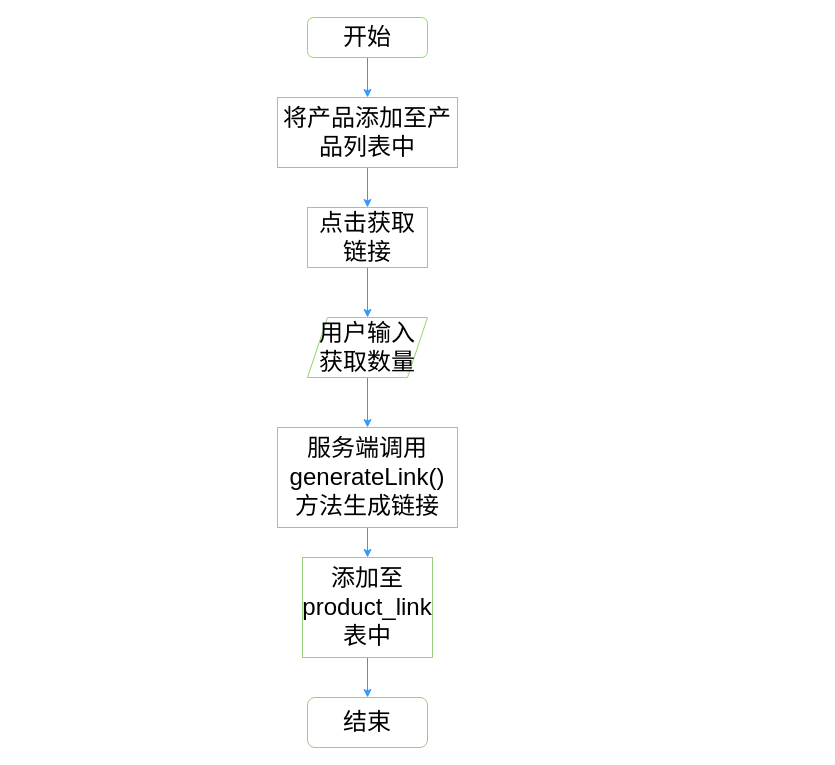
The draw.io diagram 5.6申请链接流程.drawio in chengyi3192/draw, before the edit. Source tidied: cells renumbered, new cells numbered last; positions are measured from the earlier drawing's top-left corner, leaving out a move shared by most shapes. Both pictures are drawn from the tidied source at 100%, with x=0, y=0 at pixel (277, 17).
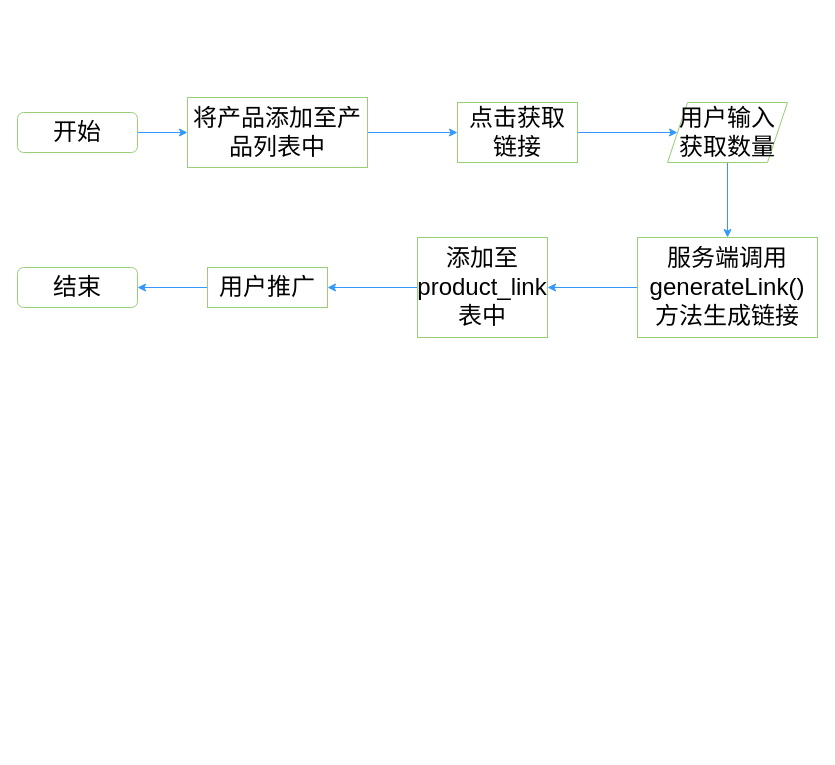
The same page after the edit.

Commit message (it also covers changes not shown here):
更新5.6申请链接流程.drawio

Change to the diagram source:
```diff
@@
 <mxGraphModel>
   <root>
     <mxCell id="0" />
     <mxCell id="1" parent="0" />
     <mxCell id="2" style="edgeStyle=orthogonalEdgeStyle;rounded=0;jettySize=auto;html=1;fontSize=24;fontColor=#000000;strokeColor=#3399FF;" parent="1" edge="1" source="3" target="5">
       <mxGeometry relative="1" as="geometry" />
     </mxCell>
     <mxCell id="3" value="&lt;font style=&quot;font-size: 24px;&quot;&gt;开始&lt;/font&gt;" style="rounded=1;whiteSpace=wrap;html=1;strokeColor=#97D077;" parent="1" vertex="1">
-      <mxGeometry x="30" width="120" height="40" as="geometry" />
+      <mxGeometry x="-260" y="95" width="120" height="40" as="geometry" />
     </mxCell>
     <mxCell id="4" style="edgeStyle=orthogonalEdgeStyle;rounded=0;jettySize=auto;html=1;fontSize=24;fontColor=#000000;strokeColor=#3399FF;" parent="1" edge="1" source="5" target="7">
       <mxGeometry relative="1" as="geometry" />
     </mxCell>
     <mxCell id="5" value="将产品添加至产品列表中" style="rounded=0;whiteSpace=wrap;html=1;fontSize=24;fontColor=#000000;strokeColor=#97D077;" parent="1" vertex="1">
-      <mxGeometry y="80" width="180" height="70" as="geometry" />
+      <mxGeometry x="-90" y="80" width="180" height="70" as="geometry" />
     </mxCell>
     <mxCell id="6" style="edgeStyle=orthogonalEdgeStyle;rounded=0;jettySize=auto;html=1;fontSize=24;fontColor=#000000;strokeColor=#3399FF;" parent="1" edge="1" source="7" target="9">
       <mxGeometry relative="1" as="geometry" />
     </mxCell>
     <mxCell id="7" value="点击获取链接" style="rounded=0;whiteSpace=wrap;html=1;fontSize=24;fontColor=#000000;strokeColor=#97D077;" parent="1" vertex="1">
-      <mxGeometry x="30" y="190" width="120" height="60" as="geometry" />
+      <mxGeometry x="180" y="85" width="120" height="60" as="geometry" />
     </mxCell>
     <mxCell id="8" style="edgeStyle=orthogonalEdgeStyle;rounded=0;jettySize=auto;html=1;fontSize=24;fontColor=#000000;strokeColor=#3399FF;" parent="1" edge="1" source="9" target="11">
       <mxGeometry relative="1" as="geometry" />
     </mxCell>
     <mxCell id="9" value="用户输入获取数量" style="shape=parallelogram;perimeter=parallelogramPerimeter;whiteSpace=wrap;html=1;fixedSize=1;fontSize=24;fontColor=#000000;strokeColor=#97D077;" parent="1" vertex="1">
-      <mxGeometry x="30" y="300" width="120" height="60" as="geometry" />
+      <mxGeometry x="390" y="85" width="120" height="60" as="geometry" />
     </mxCell>
     <mxCell id="10" style="edgeStyle=orthogonalEdgeStyle;rounded=0;jettySize=auto;html=1;fontSize=24;fontColor=#000000;strokeColor=#3399FF;" parent="1" edge="1" source="11" target="13">
       <mxGeometry relative="1" as="geometry" />
     </mxCell>
     <mxCell id="11" value="服务端调用generateLink()方法生成链接" style="rounded=0;whiteSpace=wrap;html=1;fontSize=24;fontColor=#000000;strokeColor=#97D077;" parent="1" vertex="1">
-      <mxGeometry y="410" width="180" height="100" as="geometry" />
+      <mxGeometry x="360" y="220" width="180" height="100" as="geometry" />
     </mxCell>
-    <mxCell id="12" style="edgeStyle=orthogonalEdgeStyle;rounded=0;jettySize=auto;html=1;fontSize=24;fontColor=#000000;strokeColor=#3399FF;" parent="1" edge="1" source="13" target="14">
-      <mxGeometry relative="1" as="geometry" />
-    </mxCell>
+    <mxCell id="15" style="edgeStyle=orthogonalEdgeStyle;rounded=0;jettySize=auto;html=1;fontSize=24;fontColor=#000000;strokeColor=#3399FF;" parent="1" edge="1" source="13" target="17">
+      <mxGeometry relative="1" as="geometry" />
+    </mxCell>
     <mxCell id="13" value="添加至product_link表中" style="rounded=0;whiteSpace=wrap;html=1;fontSize=24;fontColor=#000000;strokeColor=#97D077;" parent="1" vertex="1">
-      <mxGeometry x="25" y="540" width="130" height="100" as="geometry" />
+      <mxGeometry x="140" y="220" width="130" height="100" as="geometry" />
     </mxCell>
+    <mxCell id="16" style="edgeStyle=orthogonalEdgeStyle;rounded=0;jettySize=auto;html=1;fontSize=24;fontColor=#000000;strokeColor=#3399FF;" parent="1" edge="1" source="17" target="14">
+      <mxGeometry relative="1" as="geometry" />
+    </mxCell>
+    <mxCell id="17" value="用户推广" style="rounded=0;whiteSpace=wrap;html=1;fontSize=24;fontColor=#000000;strokeColor=#97D077;" parent="1" vertex="1">
+      <mxGeometry x="-70" y="250" width="120" height="40" as="geometry" />
+    </mxCell>
     <mxCell id="14" value="结束" style="rounded=1;whiteSpace=wrap;html=1;fontSize=24;fontColor=#000000;strokeColor=#97D077;" parent="1" vertex="1">
-      <mxGeometry x="30" y="680" width="120" height="50" as="geometry" />
+      <mxGeometry x="-260" y="250" width="120" height="40" as="geometry" />
     </mxCell>
   </root>
 </mxGraphModel>
```
